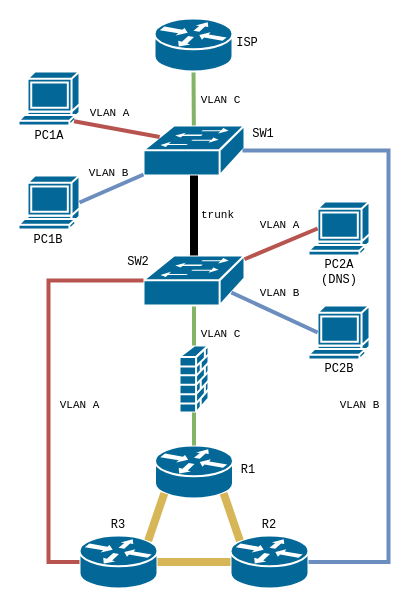
Earlier version of the draw.io diagram pos_project.drawio (phatt-23/web). Source tidied: cells renumbered, new cells numbered last; positions are measured from the earlier drawing's top-left corner, leaving out a move shared by most shapes. Both pictures are drawn from the tidied source at 100%, with x=0, y=0 at pixel (18, 18).
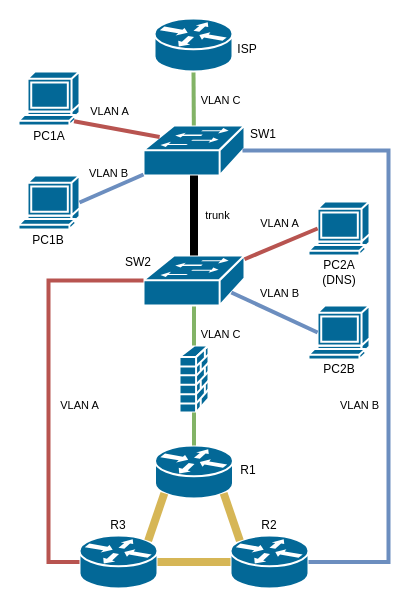
The same page after the edit.

The edit, as a diff of the source:
```diff
@@
-    <mxCell id="2" style="shape=mxgraph.cisco.switches.workgroup_switch;sketch=0;html=1;dashed=0;fillColor=#036897;strokeColor=#ffffff;strokeWidth=2;verticalLabelPosition=bottom;verticalAlign=top;align=center;outlineConnect=0;" parent="1" vertex="1">
+    <mxCell id="2" style="shape=mxgraph.cisco.switches.workgroup_switch;sketch=0;html=1;dashed=0;fillColor=#036897;strokeColor=#ffffff;strokeWidth=2;verticalLabelPosition=bottom;verticalAlign=top;align=center;outlineConnect=0;fontFamily=Iosevka NF;" parent="1" vertex="1">
       <mxGeometry x="125" y="107" width="101" height="50" as="geometry" />
     </mxCell>
-    <mxCell id="3" style="shape=mxgraph.cisco.routers.router;sketch=0;html=1;dashed=0;fillColor=#036897;strokeColor=#ffffff;strokeWidth=2;verticalLabelPosition=bottom;verticalAlign=top;align=center;outlineConnect=0;" parent="1" vertex="1">
+    <mxCell id="3" style="shape=mxgraph.cisco.routers.router;sketch=0;html=1;dashed=0;fillColor=#036897;strokeColor=#ffffff;strokeWidth=2;verticalLabelPosition=bottom;verticalAlign=top;align=center;outlineConnect=0;fontFamily=Iosevka NF;" parent="1" vertex="1">
       <mxGeometry x="136.5" y="427" width="78" height="53" as="geometry" />
     </mxCell>
-    <mxCell id="4" style="shape=mxgraph.cisco.security.firewall;sketch=0;html=1;dashed=0;fillColor=#036897;strokeColor=#ffffff;strokeWidth=2;verticalLabelPosition=bottom;verticalAlign=top;align=center;outlineConnect=0;" parent="1" vertex="1">
+    <mxCell id="4" style="shape=mxgraph.cisco.security.firewall;sketch=0;html=1;dashed=0;fillColor=#036897;strokeColor=#ffffff;strokeWidth=2;verticalLabelPosition=bottom;verticalAlign=top;align=center;outlineConnect=0;fontFamily=Iosevka NF;" parent="1" vertex="1">
       <mxGeometry x="161" y="327" width="29" height="67" as="geometry" />
     </mxCell>
-    <mxCell id="5" style="shape=mxgraph.cisco.computers_and_peripherals.terminal;sketch=0;html=1;dashed=0;fillColor=#036897;strokeColor=#ffffff;strokeWidth=2;verticalLabelPosition=bottom;verticalAlign=top;align=center;outlineConnect=0;" parent="1" vertex="1">
+    <mxCell id="5" style="shape=mxgraph.cisco.computers_and_peripherals.terminal;sketch=0;html=1;dashed=0;fillColor=#036897;strokeColor=#ffffff;strokeWidth=2;verticalLabelPosition=bottom;verticalAlign=top;align=center;outlineConnect=0;fontFamily=Iosevka NF;" parent="1" vertex="1">
       <mxGeometry y="157" width="61" height="54" as="geometry" />
     </mxCell>
-    <mxCell id="6" style="edgeStyle=orthogonalEdgeStyle;rounded=0;jettySize=auto;html=1;endArrow=none;endFill=0;fillColor=#d5e8d4;strokeColor=#82b366;strokeWidth=4;" parent="1" edge="1" source="8" target="4">
+    <mxCell id="6" style="edgeStyle=orthogonalEdgeStyle;rounded=0;jettySize=auto;html=1;endArrow=none;endFill=0;fillColor=#d5e8d4;strokeColor=#82b366;strokeWidth=4;fontFamily=Iosevka NF;" parent="1" edge="1" source="8" target="4">
       <mxGeometry relative="1" as="geometry" />
     </mxCell>
-    <mxCell id="7" value="&lt;pre&gt;VLAN C&lt;/pre&gt;" style="edgeLabel;html=1;align=center;verticalAlign=middle;labelBackgroundColor=none;" parent="6" vertex="1">
+    <mxCell id="7" value="&lt;div&gt;VLAN C&lt;/div&gt;" style="edgeLabel;html=1;align=center;verticalAlign=middle;labelBackgroundColor=none;fontFamily=Iosevka NF;" parent="6" vertex="1">
       <mxGeometry x="0.25" relative="1" as="geometry">
         <mxPoint x="26" y="3" as="offset" />
       </mxGeometry>
     </mxCell>
-    <mxCell id="8" style="shape=mxgraph.cisco.switches.workgroup_switch;sketch=0;html=1;dashed=0;fillColor=#036897;strokeColor=#ffffff;strokeWidth=2;verticalLabelPosition=bottom;verticalAlign=top;align=center;outlineConnect=0;" parent="1" vertex="1">
+    <mxCell id="8" style="shape=mxgraph.cisco.switches.workgroup_switch;sketch=0;html=1;dashed=0;fillColor=#036897;strokeColor=#ffffff;strokeWidth=2;verticalLabelPosition=bottom;verticalAlign=top;align=center;outlineConnect=0;fontFamily=Iosevka NF;" parent="1" vertex="1">
       <mxGeometry x="125" y="237" width="101" height="50" as="geometry" />
     </mxCell>
-    <mxCell id="9" style="shape=mxgraph.cisco.routers.router;sketch=0;html=1;dashed=0;fillColor=#036897;strokeColor=#ffffff;strokeWidth=2;verticalLabelPosition=bottom;verticalAlign=top;align=center;outlineConnect=0;" parent="1" vertex="1">
+    <mxCell id="9" style="shape=mxgraph.cisco.routers.router;sketch=0;html=1;dashed=0;fillColor=#036897;strokeColor=#ffffff;strokeWidth=2;verticalLabelPosition=bottom;verticalAlign=top;align=center;outlineConnect=0;fontFamily=Iosevka NF;" parent="1" vertex="1">
       <mxGeometry x="212" y="517" width="78" height="53" as="geometry" />
     </mxCell>
-    <mxCell id="10" style="shape=mxgraph.cisco.routers.router;sketch=0;html=1;dashed=0;fillColor=#036897;strokeColor=#ffffff;strokeWidth=2;verticalLabelPosition=bottom;verticalAlign=top;align=center;outlineConnect=0;" parent="1" vertex="1">
+    <mxCell id="10" style="shape=mxgraph.cisco.routers.router;sketch=0;html=1;dashed=0;fillColor=#036897;strokeColor=#ffffff;strokeWidth=2;verticalLabelPosition=bottom;verticalAlign=top;align=center;outlineConnect=0;fontFamily=Iosevka NF;" parent="1" vertex="1">
       <mxGeometry x="61" y="517" width="78" height="53" as="geometry" />
     </mxCell>
-    <mxCell id="11" style="shape=mxgraph.cisco.computers_and_peripherals.terminal;sketch=0;html=1;dashed=0;fillColor=#036897;strokeColor=#ffffff;strokeWidth=2;verticalLabelPosition=bottom;verticalAlign=top;align=center;outlineConnect=0;" parent="1" vertex="1">
+    <mxCell id="11" style="shape=mxgraph.cisco.computers_and_peripherals.terminal;sketch=0;html=1;dashed=0;fillColor=#036897;strokeColor=#ffffff;strokeWidth=2;verticalLabelPosition=bottom;verticalAlign=top;align=center;outlineConnect=0;fontFamily=Iosevka NF;" parent="1" vertex="1">
       <mxGeometry x="290" y="183" width="61" height="54" as="geometry" />
     </mxCell>
-    <mxCell id="12" value="&lt;div&gt;&lt;br&gt;&lt;/div&gt;&lt;div&gt;&lt;br&gt;&lt;/div&gt;" style="shape=mxgraph.cisco.computers_and_peripherals.terminal;sketch=0;html=1;dashed=0;fillColor=#036897;strokeColor=#ffffff;strokeWidth=2;verticalLabelPosition=bottom;verticalAlign=top;align=center;outlineConnect=0;" parent="1" vertex="1">
+    <mxCell id="12" value="&lt;div&gt;&lt;br&gt;&lt;/div&gt;&lt;div&gt;&lt;br&gt;&lt;/div&gt;" style="shape=mxgraph.cisco.computers_and_peripherals.terminal;sketch=0;html=1;dashed=0;fillColor=#036897;strokeColor=#ffffff;strokeWidth=2;verticalLabelPosition=bottom;verticalAlign=top;align=center;outlineConnect=0;fontFamily=Iosevka NF;" parent="1" vertex="1">
       <mxGeometry x="290" y="287" width="61" height="54" as="geometry" />
     </mxCell>
-    <mxCell id="13" style="shape=mxgraph.cisco.computers_and_peripherals.terminal;sketch=0;html=1;dashed=0;fillColor=#036897;strokeColor=#ffffff;strokeWidth=2;verticalLabelPosition=bottom;verticalAlign=top;align=center;outlineConnect=0;" parent="1" vertex="1">
+    <mxCell id="13" style="shape=mxgraph.cisco.computers_and_peripherals.terminal;sketch=0;html=1;dashed=0;fillColor=#036897;strokeColor=#ffffff;strokeWidth=2;verticalLabelPosition=bottom;verticalAlign=top;align=center;outlineConnect=0;fontFamily=Iosevka NF;" parent="1" vertex="1">
       <mxGeometry y="53" width="61" height="54" as="geometry" />
     </mxCell>
-    <mxCell id="14" style="endArrow=none;html=1;rounded=0;fillColor=#d5e8d4;strokeColor=#82B366;strokeWidth=4;entryX=0.5;entryY=1;entryDx=0;entryDy=0;entryPerimeter=0;" parent="1" edge="1" source="2" target="32">
+    <mxCell id="14" style="endArrow=none;html=1;rounded=0;fillColor=#d5e8d4;strokeColor=#82B366;strokeWidth=4;entryX=0.5;entryY=1;entryDx=0;entryDy=0;entryPerimeter=0;fontFamily=Iosevka NF;" parent="1" edge="1" source="2" target="32">
       <mxGeometry relative="1" as="geometry" />
     </mxCell>
-    <mxCell id="15" value="&lt;pre&gt;VLAN C&lt;/pre&gt;" style="edgeLabel;html=1;align=center;verticalAlign=middle;labelBackgroundColor=none;" parent="14" vertex="1">
+    <mxCell id="15" value="&lt;div&gt;VLAN C&lt;/div&gt;" style="edgeLabel;html=1;align=center;verticalAlign=middle;labelBackgroundColor=none;fontFamily=Iosevka NF;" parent="14" vertex="1">
       <mxGeometry x="-0.06" y="1" relative="1" as="geometry">
         <mxPoint x="27" y="-1" as="offset" />
       </mxGeometry>
     </mxCell>
-    <mxCell id="16" style="endArrow=none;html=1;rounded=0;fillColor=#dae8fc;strokeColor=#6c8ebf;strokeWidth=4;entryX=0;entryY=0.98;entryDx=0;entryDy=0;entryPerimeter=0;exitX=1;exitY=0.5;exitDx=0;exitDy=0;exitPerimeter=0;" parent="1" edge="1" source="5" target="2">
+    <mxCell id="16" style="endArrow=none;html=1;rounded=0;fillColor=#dae8fc;strokeColor=#6c8ebf;strokeWidth=4;entryX=0;entryY=0.98;entryDx=0;entryDy=0;entryPerimeter=0;exitX=1;exitY=0.5;exitDx=0;exitDy=0;exitPerimeter=0;fontFamily=Iosevka NF;" parent="1" edge="1" source="5" target="2">
       <mxGeometry relative="1" as="geometry" />
     </mxCell>
-    <mxCell id="17" value="&lt;pre&gt;VLAN B&lt;/pre&gt;" style="edgeLabel;html=1;align=center;verticalAlign=middle;labelBackgroundColor=none;" parent="16" vertex="1">
+    <mxCell id="17" value="&lt;div&gt;VLAN B&lt;/div&gt;" style="edgeLabel;html=1;align=center;verticalAlign=middle;labelBackgroundColor=none;fontFamily=Iosevka NF;" parent="16" vertex="1">
       <mxGeometry x="-0.09" y="-2" relative="1" as="geometry">
         <mxPoint x="-2" y="-19" as="offset" />
       </mxGeometry>
     </mxCell>
-    <mxCell id="18" style="endArrow=none;html=1;rounded=0;strokeWidth=4;fillColor=#f8cecc;strokeColor=#b85450;exitX=0.16;exitY=0.23;exitDx=0;exitDy=0;exitPerimeter=0;entryX=0.91;entryY=0.92;entryDx=0;entryDy=0;entryPerimeter=0;" parent="1" edge="1" source="2" target="13">
+    <mxCell id="18" style="endArrow=none;html=1;rounded=0;strokeWidth=4;fillColor=#f8cecc;strokeColor=#b85450;exitX=0.16;exitY=0.23;exitDx=0;exitDy=0;exitPerimeter=0;entryX=0.91;entryY=0.92;entryDx=0;entryDy=0;entryPerimeter=0;fontFamily=Iosevka NF;" parent="1" edge="1" source="2" target="13">
       <mxGeometry relative="1" as="geometry" />
     </mxCell>
-    <mxCell id="19" value="&lt;pre style=&quot;line-height: 0%;&quot;&gt;VLAN A&lt;/pre&gt;" style="edgeLabel;html=1;align=center;verticalAlign=middle;labelBackgroundColor=none;" parent="18" vertex="1">
+    <mxCell id="19" value="&lt;div style=&quot;line-height: 0%;&quot;&gt;VLAN A&lt;/div&gt;" style="edgeLabel;html=1;align=center;verticalAlign=middle;labelBackgroundColor=none;fontFamily=Iosevka NF;" parent="18" vertex="1">
       <mxGeometry x="0.02" y="-3" relative="1" as="geometry">
         <mxPoint x="-8" y="-14" as="offset" />
       </mxGeometry>
     </mxCell>
-    <mxCell id="20" style="endArrow=none;html=1;rounded=0;strokeWidth=8;" parent="1" edge="1" source="2" target="8">
+    <mxCell id="20" style="endArrow=none;html=1;rounded=0;strokeWidth=8;fontFamily=Iosevka NF;" parent="1" edge="1" source="2" target="8">
       <mxGeometry relative="1" as="geometry" />
     </mxCell>
-    <mxCell id="21" value="&lt;pre&gt;trunk&lt;/pre&gt;" style="edgeLabel;html=1;align=center;verticalAlign=middle;labelBackgroundColor=none;" parent="20" vertex="1">
+    <mxCell id="21" value="&lt;div&gt;trunk&lt;/div&gt;" style="edgeLabel;html=1;align=center;verticalAlign=middle;labelBackgroundColor=none;fontFamily=Iosevka NF;" parent="20" vertex="1">
       <mxGeometry x="-0.21" y="2" relative="1" as="geometry">
         <mxPoint x="21" y="7" as="offset" />
       </mxGeometry>
     </mxCell>
-    <mxCell id="22" style="endArrow=none;html=1;rounded=0;fillColor=#f8cecc;strokeColor=#b85450;strokeWidth=4;entryX=0.15;entryY=0.5;entryDx=0;entryDy=0;entryPerimeter=0;" parent="1" edge="1" source="8" target="11">
+    <mxCell id="22" style="endArrow=none;html=1;rounded=0;fillColor=#f8cecc;strokeColor=#b85450;strokeWidth=4;entryX=0.15;entryY=0.5;entryDx=0;entryDy=0;entryPerimeter=0;fontFamily=Iosevka NF;" parent="1" edge="1" source="8" target="11">
       <mxGeometry relative="1" as="geometry" />
     </mxCell>
-    <mxCell id="23" style="endArrow=none;html=1;rounded=0;fillColor=#dae8fc;strokeColor=#6c8ebf;strokeWidth=4;exitX=0.87;exitY=0.74;exitDx=0;exitDy=0;exitPerimeter=0;entryX=0.15;entryY=0.5;entryDx=0;entryDy=0;entryPerimeter=0;" parent="1" edge="1" source="8" target="12">
+    <mxCell id="23" style="endArrow=none;html=1;rounded=0;fillColor=#dae8fc;strokeColor=#6c8ebf;strokeWidth=4;exitX=0.87;exitY=0.74;exitDx=0;exitDy=0;exitPerimeter=0;entryX=0.15;entryY=0.5;entryDx=0;entryDy=0;entryPerimeter=0;fontFamily=Iosevka NF;" parent="1" edge="1" source="8" target="12">
       <mxGeometry relative="1" as="geometry" />
     </mxCell>
-    <mxCell id="24" style="endArrow=none;html=1;rounded=0;fillColor=#fff2cc;strokeColor=#d6b656;strokeWidth=8;exitX=0.88;exitY=0.1;exitDx=0;exitDy=0;exitPerimeter=0;entryX=0.12;entryY=0.9;entryDx=0;entryDy=0;entryPerimeter=0;" parent="1" edge="1" source="10" target="3">
+    <mxCell id="24" style="endArrow=none;html=1;rounded=0;fillColor=#fff2cc;strokeColor=#d6b656;strokeWidth=8;exitX=0.88;exitY=0.1;exitDx=0;exitDy=0;exitPerimeter=0;entryX=0.12;entryY=0.9;entryDx=0;entryDy=0;entryPerimeter=0;fontFamily=Iosevka NF;" parent="1" edge="1" source="10" target="3">
       <mxGeometry relative="1" as="geometry" />
     </mxCell>
-    <mxCell id="25" style="endArrow=none;html=1;rounded=0;fillColor=#fff2cc;strokeColor=#d6b656;strokeWidth=8;entryX=0.88;entryY=0.9;entryDx=0;entryDy=0;entryPerimeter=0;exitX=0.12;exitY=0.1;exitDx=0;exitDy=0;exitPerimeter=0;" parent="1" edge="1" source="9" target="3">
+    <mxCell id="25" style="endArrow=none;html=1;rounded=0;fillColor=#fff2cc;strokeColor=#d6b656;strokeWidth=8;entryX=0.88;entryY=0.9;entryDx=0;entryDy=0;entryPerimeter=0;exitX=0.12;exitY=0.1;exitDx=0;exitDy=0;exitPerimeter=0;fontFamily=Iosevka NF;" parent="1" edge="1" source="9" target="3">
       <mxGeometry relative="1" as="geometry" />
     </mxCell>
-    <mxCell id="26" style="endArrow=none;html=1;rounded=0;fillColor=#fff2cc;strokeColor=#d6b656;strokeWidth=8;" parent="1" edge="1" source="10" target="9">
+    <mxCell id="26" style="endArrow=none;html=1;rounded=0;fillColor=#fff2cc;strokeColor=#d6b656;strokeWidth=8;fontFamily=Iosevka NF;" parent="1" edge="1" source="10" target="9">
       <mxGeometry relative="1" as="geometry" />
     </mxCell>
-    <mxCell id="27" style="rounded=0;jettySize=auto;html=1;entryX=1;entryY=0.5;entryDx=0;entryDy=0;entryPerimeter=0;endArrow=none;endFill=0;edgeStyle=orthogonalEdgeStyle;fillColor=#dae8fc;strokeColor=#6c8ebf;strokeWidth=4;exitX=0.98;exitY=0.5;exitDx=0;exitDy=0;exitPerimeter=0;" parent="1" edge="1" source="2" target="9">
+    <mxCell id="27" style="rounded=0;jettySize=auto;html=1;entryX=1;entryY=0.5;entryDx=0;entryDy=0;entryPerimeter=0;endArrow=none;endFill=0;edgeStyle=orthogonalEdgeStyle;fillColor=#dae8fc;strokeColor=#6c8ebf;strokeWidth=4;exitX=0.98;exitY=0.5;exitDx=0;exitDy=0;exitPerimeter=0;fontFamily=Iosevka NF;" parent="1" edge="1" source="2" target="9">
       <mxGeometry relative="1" as="geometry">
         <Array as="points">
           <mxPoint x="370" y="132" />
           <mxPoint x="370" y="544" />
         </Array>
       </mxGeometry>
     </mxCell>
-    <mxCell id="28" value="&lt;pre&gt;VLAN B&lt;/pre&gt;" style="edgeLabel;html=1;align=center;verticalAlign=middle;labelBackgroundColor=none;" parent="27" vertex="1">
+    <mxCell id="28" value="&lt;div&gt;VLAN B&lt;/div&gt;" style="edgeLabel;html=1;align=center;verticalAlign=middle;labelBackgroundColor=none;fontFamily=Iosevka NF;" parent="27" vertex="1">
       <mxGeometry x="0.24" y="-1" relative="1" as="geometry">
         <mxPoint x="-29" y="6" as="offset" />
       </mxGeometry>
     </mxCell>
-    <mxCell id="29" style="edgeStyle=orthogonalEdgeStyle;rounded=0;jettySize=auto;html=1;entryX=0;entryY=0.5;entryDx=0;entryDy=0;entryPerimeter=0;fillColor=#f8cecc;strokeColor=#b85450;endArrow=none;endFill=0;strokeWidth=4;" parent="1" edge="1" source="8" target="10">
+    <mxCell id="29" style="edgeStyle=orthogonalEdgeStyle;rounded=0;jettySize=auto;html=1;entryX=0;entryY=0.5;entryDx=0;entryDy=0;entryPerimeter=0;fillColor=#f8cecc;strokeColor=#b85450;endArrow=none;endFill=0;strokeWidth=4;fontFamily=Iosevka NF;" parent="1" edge="1" source="8" target="10">
       <mxGeometry relative="1" as="geometry">
         <Array as="points">
           <mxPoint x="30" y="262" />
           <mxPoint x="30" y="544" />
           <mxPoint x="61" y="544" />
         </Array>
       </mxGeometry>
     </mxCell>
-    <mxCell id="30" value="&lt;pre&gt;VLAN A&lt;/pre&gt;" style="edgeLabel;html=1;align=center;verticalAlign=middle;labelBackgroundColor=none;" parent="29" vertex="1">
+    <mxCell id="30" value="&lt;div&gt;VLAN A&lt;/div&gt;" style="edgeLabel;html=1;align=center;verticalAlign=middle;labelBackgroundColor=none;fontFamily=Iosevka NF;" parent="29" vertex="1">
       <mxGeometry x="0.07" y="2" relative="1" as="geometry">
         <mxPoint x="28" y="1" as="offset" />
       </mxGeometry>
     </mxCell>
-    <mxCell id="31" style="edgeStyle=orthogonalEdgeStyle;rounded=0;jettySize=auto;html=1;entryX=0.5;entryY=0;entryDx=0;entryDy=0;entryPerimeter=0;endArrow=none;endFill=0;fillColor=#d5e8d4;strokeColor=#82b366;strokeWidth=4;" parent="1" edge="1" source="4" target="3">
+    <mxCell id="31" style="edgeStyle=orthogonalEdgeStyle;rounded=0;jettySize=auto;html=1;entryX=0.5;entryY=0;entryDx=0;entryDy=0;entryPerimeter=0;endArrow=none;endFill=0;fillColor=#d5e8d4;strokeColor=#82b366;strokeWidth=4;fontFamily=Iosevka NF;" parent="1" edge="1" source="4" target="3">
       <mxGeometry relative="1" as="geometry" />
     </mxCell>
-    <mxCell id="32" style="shape=mxgraph.cisco.routers.router;sketch=0;html=1;dashed=0;fillColor=#036897;strokeColor=#ffffff;strokeWidth=2;verticalLabelPosition=bottom;verticalAlign=top;align=center;outlineConnect=0;" parent="1" vertex="1">
+    <mxCell id="32" style="shape=mxgraph.cisco.routers.router;sketch=0;html=1;dashed=0;fillColor=#036897;strokeColor=#ffffff;strokeWidth=2;verticalLabelPosition=bottom;verticalAlign=top;align=center;outlineConnect=0;fontFamily=Iosevka NF;" parent="1" vertex="1">
       <mxGeometry x="136" width="78" height="53" as="geometry" />
     </mxCell>
-    <mxCell id="33" value="&lt;pre&gt;PC1A&lt;/pre&gt;" style="text;html=1;align=center;verticalAlign=middle;whiteSpace=wrap;rounded=0;" parent="1" vertex="1">
+    <mxCell id="33" value="&lt;div&gt;PC1A&lt;/div&gt;" style="text;html=1;align=center;verticalAlign=middle;whiteSpace=wrap;rounded=0;fontFamily=Iosevka NF;" parent="1" vertex="1">
       <mxGeometry x="1" y="103" width="60" height="30" as="geometry" />
     </mxCell>
-    <mxCell id="34" value="&lt;pre&gt;PC1B&lt;/pre&gt;" style="text;html=1;align=center;verticalAlign=middle;whiteSpace=wrap;rounded=0;" parent="1" vertex="1">
+    <mxCell id="34" value="&lt;div&gt;PC1B&lt;/div&gt;" style="text;html=1;align=center;verticalAlign=middle;whiteSpace=wrap;rounded=0;fontFamily=Iosevka NF;" parent="1" vertex="1">
       <mxGeometry y="207" width="60" height="30" as="geometry" />
     </mxCell>
-    <mxCell id="35" value="&lt;p style=&quot;line-height: 120%;&quot;&gt;&lt;/p&gt;&lt;pre&gt;ISP&lt;/pre&gt;" style="text;html=1;align=center;verticalAlign=middle;whiteSpace=wrap;rounded=0;" parent="1" vertex="1">
+    <mxCell id="35" value="&lt;p style=&quot;line-height: 120%;&quot;&gt;&lt;/p&gt;&lt;div&gt;ISP&lt;/div&gt;" style="text;html=1;align=center;verticalAlign=middle;whiteSpace=wrap;rounded=0;fontFamily=Iosevka NF;" parent="1" vertex="1">
       <mxGeometry x="199" y="10" width="60" height="30" as="geometry" />
     </mxCell>
-    <mxCell id="36" value="&lt;pre&gt;SW1&lt;/pre&gt;" style="text;html=1;align=center;verticalAlign=middle;whiteSpace=wrap;rounded=0;" parent="1" vertex="1">
+    <mxCell id="36" value="&lt;div&gt;SW1&lt;/div&gt;" style="text;html=1;align=center;verticalAlign=middle;whiteSpace=wrap;rounded=0;fontFamily=Iosevka NF;" parent="1" vertex="1">
       <mxGeometry x="214.5" y="101" width="60" height="30" as="geometry" />
     </mxCell>
-    <mxCell id="37" value="&lt;pre&gt;SW2&lt;/pre&gt;" style="text;html=1;align=center;verticalAlign=middle;whiteSpace=wrap;rounded=0;" parent="1" vertex="1">
+    <mxCell id="37" value="&lt;div&gt;SW2&lt;/div&gt;" style="text;html=1;align=center;verticalAlign=middle;whiteSpace=wrap;rounded=0;fontFamily=Iosevka NF;" parent="1" vertex="1">
       <mxGeometry x="90" y="229" width="60" height="30" as="geometry" />
     </mxCell>
-    <mxCell id="38" value="&lt;pre&gt;PC2A&lt;br&gt;(DNS)&lt;br&gt;&lt;/pre&gt;" style="text;html=1;align=center;verticalAlign=middle;whiteSpace=wrap;rounded=0;" parent="1" vertex="1">
+    <mxCell id="38" value="&lt;div&gt;PC2A&lt;br&gt;(DNS)&lt;br&gt;&lt;/div&gt;" style="text;html=1;align=center;verticalAlign=middle;whiteSpace=wrap;rounded=0;fontFamily=Iosevka NF;" parent="1" vertex="1">
       <mxGeometry x="291" y="239" width="60" height="30" as="geometry" />
     </mxCell>
-    <mxCell id="39" value="&lt;pre&gt;PC2B&lt;/pre&gt;" style="text;html=1;align=center;verticalAlign=middle;whiteSpace=wrap;rounded=0;" parent="1" vertex="1">
+    <mxCell id="39" value="&lt;div&gt;PC2B&lt;/div&gt;" style="text;html=1;align=center;verticalAlign=middle;whiteSpace=wrap;rounded=0;fontFamily=Iosevka NF;" parent="1" vertex="1">
       <mxGeometry x="291" y="336" width="60" height="30" as="geometry" />
     </mxCell>
-    <mxCell id="40" value="&lt;pre style=&quot;line-height: 0%;&quot;&gt;VLAN A&lt;/pre&gt;" style="edgeLabel;html=1;align=center;verticalAlign=middle;labelBackgroundColor=none;" parent="1" vertex="1">
+    <mxCell id="40" value="&lt;div style=&quot;line-height: 0%;&quot;&gt;VLAN A&lt;/div&gt;" style="edgeLabel;html=1;align=center;verticalAlign=middle;labelBackgroundColor=none;fontFamily=Iosevka NF;" parent="1" vertex="1">
       <mxGeometry x="260" y="205" as="geometry" />
     </mxCell>
-    <mxCell id="41" value="&lt;pre&gt;VLAN B&lt;/pre&gt;" style="edgeLabel;html=1;align=center;verticalAlign=middle;labelBackgroundColor=none;" parent="1" vertex="1">
+    <mxCell id="41" value="&lt;div&gt;VLAN B&lt;/div&gt;" style="edgeLabel;html=1;align=center;verticalAlign=middle;labelBackgroundColor=none;fontFamily=Iosevka NF;" parent="1" vertex="1">
       <mxGeometry x="260" y="274" as="geometry" />
     </mxCell>
-    <mxCell id="42" value="&lt;pre&gt;R1&lt;/pre&gt;" style="text;html=1;align=center;verticalAlign=middle;whiteSpace=wrap;rounded=0;" parent="1" vertex="1">
+    <mxCell id="42" value="&lt;div&gt;R1&lt;/div&gt;" style="text;html=1;align=center;verticalAlign=middle;whiteSpace=wrap;rounded=0;fontFamily=Iosevka NF;" parent="1" vertex="1">
       <mxGeometry x="200" y="437" width="60" height="30" as="geometry" />
     </mxCell>
-    <mxCell id="43" value="&lt;pre&gt;R3&lt;br&gt;&lt;/pre&gt;" style="text;html=1;align=center;verticalAlign=middle;whiteSpace=wrap;rounded=0;" parent="1" vertex="1">
+    <mxCell id="43" value="&lt;div&gt;R3&lt;br&gt;&lt;/div&gt;" style="text;html=1;align=center;verticalAlign=middle;whiteSpace=wrap;rounded=0;fontFamily=Iosevka NF;" parent="1" vertex="1">
       <mxGeometry x="70" y="492" width="60" height="30" as="geometry" />
     </mxCell>
-    <mxCell id="44" value="&lt;pre&gt;R2&lt;br&gt;&lt;/pre&gt;" style="text;html=1;align=center;verticalAlign=middle;whiteSpace=wrap;rounded=0;" parent="1" vertex="1">
+    <mxCell id="44" value="&lt;div&gt;R2&lt;br&gt;&lt;/div&gt;" style="text;html=1;align=center;verticalAlign=middle;whiteSpace=wrap;rounded=0;fontFamily=Iosevka NF;" parent="1" vertex="1">
       <mxGeometry x="221" y="492" width="60" height="30" as="geometry" />
     </mxCell>
```
